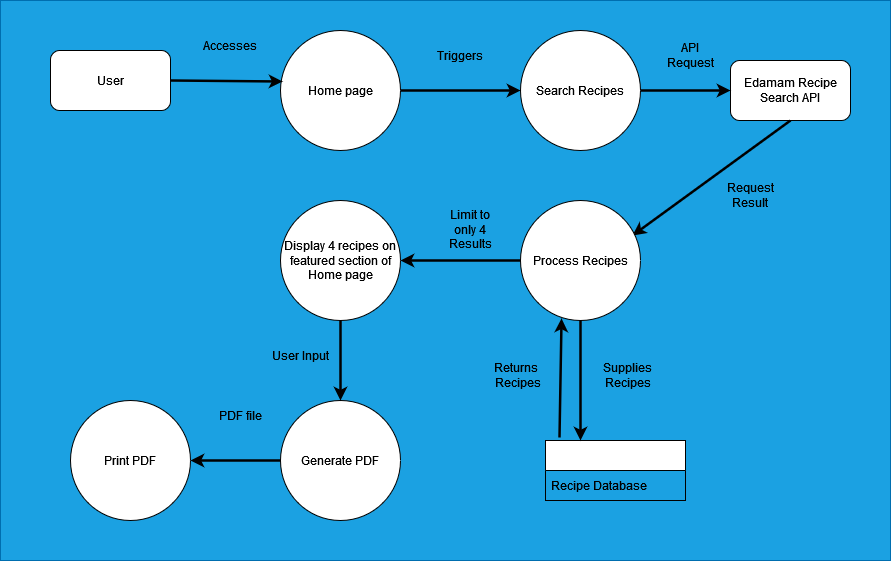
This is docs/Epic3.png from jmcaluyafuentes/diet-delight-frontend, a draw.io export, as it was before one commit. Source tidied: cells renumbered, new cells last; positions are measured from the earlier drawing's top-left corner, leaving out a move shared by most shapes.
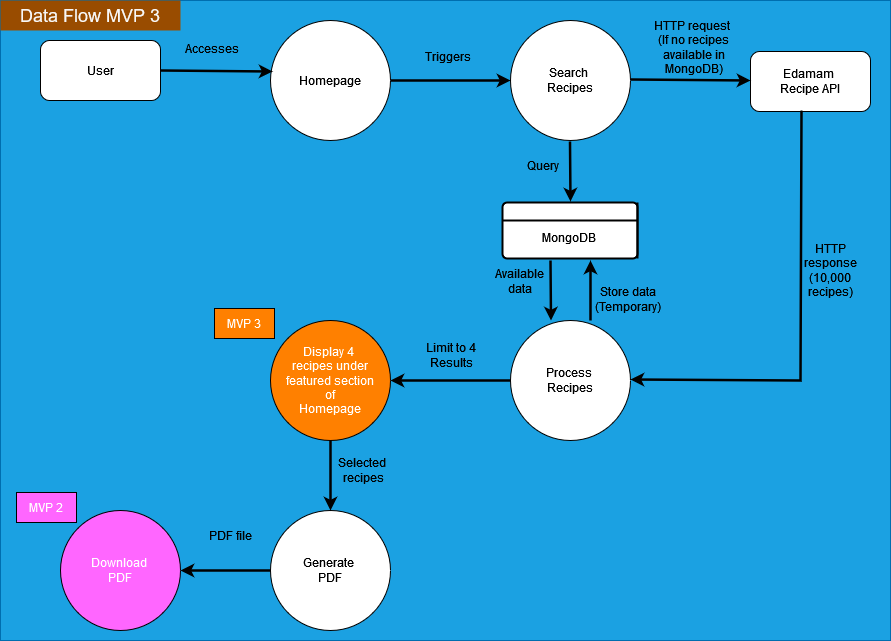
The same file after the commit.

The edit, as a diff of the source:
```diff
@@ -3,7 +3,7 @@
     <mxCell id="0" />
     <mxCell id="1" parent="0" />
     <mxCell id="2" style="rounded=0;whiteSpace=wrap;html=1;fillColor=#1ba1e2;fontColor=#ffffff;strokeColor=#006EAF;" parent="1" vertex="1">
-      <mxGeometry width="890" height="560" as="geometry" />
+      <mxGeometry width="890" height="640" as="geometry" />
     </mxCell>
     <mxCell id="3" value="User" style="rounded=1;whiteSpace=wrap;html=1;" parent="1" vertex="1">
       <mxGeometry x="50" y="50" width="120" height="60" as="geometry" />
@@ -17,12 +17,6 @@
     <mxCell id="6" value="Edamam Recipe Search API" style="rounded=1;whiteSpace=wrap;html=1;" parent="1" vertex="1">
       <mxGeometry x="730" y="60" width="120" height="60" as="geometry" />
     </mxCell>
-    <mxCell id="7" style="swimlane;fontStyle=0;horizontal=1;startSize=30;whiteSpace=wrap;html=1;" parent="1" vertex="1">
-      <mxGeometry x="545" y="440" width="140" height="60" as="geometry" />
-    </mxCell>
-    <mxCell id="8" value="Recipe Database" style="text;strokeColor=none;fillColor=none;align=left;verticalAlign=middle;spacingLeft=4;spacingRight=4;overflow=hidden;whiteSpace=wrap;html=1;" parent="7" vertex="1">
-      <mxGeometry y="30" width="140" height="30" as="geometry" />
-    </mxCell>
     <mxCell id="9" style="endArrow=classic;html=1;rounded=0;strokeWidth=2.5;exitX=1;exitY=0.5;exitDx=0;exitDy=0;entryX=0.017;entryY=0.425;entryDx=0;entryDy=0;entryPerimeter=0;" parent="1" edge="1" source="3" target="4">
       <mxGeometry relative="1" as="geometry" />
     </mxCell>
@@ -36,42 +30,37 @@
       <mxGeometry relative="1" as="geometry" />
     </mxCell>
     <mxCell id="13" value="Process Recipes" style="ellipse;whiteSpace=wrap;html=1;" parent="1" vertex="1">
-      <mxGeometry x="520" y="200" width="120" height="120" as="geometry" />
+      <mxGeometry x="520" y="270" width="120" height="120" as="geometry" />
     </mxCell>
-    <mxCell id="14" value="Display 4 recipes on featured section of Home page" style="ellipse;whiteSpace=wrap;html=1;" parent="1" vertex="1">
-      <mxGeometry x="280" y="200" width="120" height="120" as="geometry" />
-    </mxCell>
     <mxCell id="15" value="Generate PDF" style="ellipse;whiteSpace=wrap;html=1;" parent="1" vertex="1">
-      <mxGeometry x="280" y="400" width="120" height="120" as="geometry" />
+      <mxGeometry x="280" y="507" width="120" height="120" as="geometry" />
     </mxCell>
     <mxCell id="16" value="Print PDF" style="ellipse;whiteSpace=wrap;html=1;" parent="1" vertex="1">
-      <mxGeometry x="70" y="400" width="120" height="120" as="geometry" />
+      <mxGeometry x="70" y="507" width="120" height="120" as="geometry" />
     </mxCell>
     <mxCell id="17" value="Triggers" style="text;html=1;align=center;verticalAlign=middle;whiteSpace=wrap;rounded=0;" parent="1" vertex="1">
-      <mxGeometry x="430" y="40" width="60" height="30" as="geometry" />
+      <mxGeometry x="426" y="51" width="60" height="30" as="geometry" />
     </mxCell>
-    <mxCell id="18" value="API Request" style="text;html=1;align=center;verticalAlign=middle;whiteSpace=wrap;rounded=0;" parent="1" vertex="1">
-      <mxGeometry x="660" y="40" width="60" height="30" as="geometry" />
+    <mxCell id="18" value="HTTP request" style="text;html=1;align=center;verticalAlign=middle;whiteSpace=wrap;rounded=0;" parent="1" vertex="1">
+      <mxGeometry x="651" y="50" width="60" height="30" as="geometry" />
     </mxCell>
     <mxCell id="19" value="Limit to only 4 Results" style="text;html=1;align=center;verticalAlign=middle;whiteSpace=wrap;rounded=0;" parent="1" vertex="1">
       <mxGeometry x="440" y="214" width="60" height="30" as="geometry" />
     </mxCell>
     <mxCell id="20" value="User Input" style="text;html=1;align=center;verticalAlign=middle;whiteSpace=wrap;rounded=0;" parent="1" vertex="1">
-      <mxGeometry x="270" y="340" width="60" height="30" as="geometry" />
+      <mxGeometry x="257" y="420" width="60" height="30" as="geometry" />
     </mxCell>
     <mxCell id="21" value="PDF file" style="text;html=1;align=center;verticalAlign=middle;whiteSpace=wrap;rounded=0;" parent="1" vertex="1">
-      <mxGeometry x="210" y="400" width="60" height="30" as="geometry" />
+      <mxGeometry x="210" y="530" width="60" height="30" as="geometry" />
     </mxCell>
     <mxCell id="22" value="Accesses" style="text;html=1;align=center;verticalAlign=middle;whiteSpace=wrap;rounded=0;" parent="1" vertex="1">
-      <mxGeometry x="200" y="30" width="60" height="30" as="geometry" />
+      <mxGeometry x="197" y="47" width="60" height="30" as="geometry" />
     </mxCell>
     <mxCell id="23" value="Request Result" style="text;html=1;align=center;verticalAlign=middle;whiteSpace=wrap;rounded=0;" parent="1" vertex="1">
       <mxGeometry x="710" y="170" width="80" height="50" as="geometry" />
     </mxCell>
-    <mxCell id="24" style="endArrow=classic;html=1;rounded=0;strokeWidth=2.5;entryX=0.5;entryY=0;entryDx=0;entryDy=0;" parent="1" edge="1" target="15">
-      <mxGeometry relative="1" as="geometry">
-        <mxPoint x="340" y="320" as="sourcePoint" />
-      </mxGeometry>
+    <mxCell id="24" style="endArrow=classic;html=1;rounded=0;strokeWidth=2.5;entryX=0.5;entryY=0;entryDx=0;entryDy=0;" parent="1" edge="1" source="14" target="15">
+      <mxGeometry relative="1" as="geometry" />
     </mxCell>
     <mxCell id="25" style="endArrow=classic;html=1;rounded=0;strokeWidth=2.5;entryX=1;entryY=0.5;entryDx=0;entryDy=0;exitX=0;exitY=0.5;exitDx=0;exitDy=0;" parent="1" edge="1" source="13" target="14">
       <mxGeometry relative="1" as="geometry" />
@@ -79,17 +68,150 @@
     <mxCell id="26" style="endArrow=classic;html=1;rounded=0;strokeWidth=2.5;entryX=1;entryY=0.5;entryDx=0;entryDy=0;exitX=0;exitY=0.5;exitDx=0;exitDy=0;" parent="1" edge="1" source="15" target="16">
       <mxGeometry relative="1" as="geometry" />
     </mxCell>
-    <mxCell id="27" style="endArrow=classic;html=1;rounded=0;strokeWidth=2.5;entryX=0.25;entryY=0;entryDx=0;entryDy=0;exitX=0.5;exitY=1;exitDx=0;exitDy=0;" parent="1" edge="1" source="13" target="7">
-      <mxGeometry relative="1" as="geometry" />
+    <mxCell id="27" style="endArrow=classic;html=1;rounded=0;strokeWidth=2.5;entryX=0.25;entryY=0;entryDx=0;entryDy=0;exitX=0.5;exitY=1;exitDx=0;exitDy=0;" parent="1" edge="1">
+      <mxGeometry relative="1" as="geometry">
+        <mxPoint x="820" y="340" as="sourcePoint" />
+        <mxPoint x="820" y="460" as="targetPoint" />
+      </mxGeometry>
     </mxCell>
     <mxCell id="28" value="&lt;div&gt;Supplies Recipes&lt;/div&gt;" style="text;html=1;align=center;verticalAlign=middle;whiteSpace=wrap;rounded=0;" parent="1" vertex="1">
-      <mxGeometry x="580" y="350" width="95" height="50" as="geometry" />
+      <mxGeometry x="750" y="492" width="95" height="50" as="geometry" />
     </mxCell>
-    <mxCell id="29" style="endArrow=classic;html=1;rounded=0;strokeWidth=2.5;entryX=0.342;entryY=0.983;entryDx=0;entryDy=0;exitX=0.1;exitY=-0.05;exitDx=0;exitDy=0;entryPerimeter=0;exitPerimeter=0;" parent="1" edge="1" source="7" target="13">
-      <mxGeometry relative="1" as="geometry" />
+    <mxCell id="29" style="endArrow=classic;html=1;rounded=0;strokeWidth=2.5;entryX=0.342;entryY=0.983;entryDx=0;entryDy=0;exitX=0.1;exitY=-0.05;exitDx=0;exitDy=0;entryPerimeter=0;exitPerimeter=0;" parent="1" edge="1">
+      <mxGeometry relative="1" as="geometry">
+        <mxPoint x="729" y="579" as="sourcePoint" />
+        <mxPoint x="731" y="460" as="targetPoint" />
+      </mxGeometry>
     </mxCell>
     <mxCell id="30" value="&lt;div&gt;Returns&amp;nbsp;&lt;/div&gt;&lt;div&gt;Recipes&lt;/div&gt;" style="text;html=1;align=center;verticalAlign=middle;whiteSpace=wrap;rounded=0;" parent="1" vertex="1">
-      <mxGeometry x="470" y="350" width="95" height="50" as="geometry" />
+      <mxGeometry x="640" y="492" width="95" height="50" as="geometry" />
     </mxCell>
+    <mxCell id="31" value="&lt;font style=&quot;font-size: 18px;&quot;&gt;Data Flow MVP 3&lt;br&gt;&lt;/font&gt;" style="text;html=1;align=center;verticalAlign=middle;whiteSpace=wrap;rounded=0;fillColor=#994C00;fontColor=#F7F7F7;" parent="1" vertex="1">
+      <mxGeometry width="180" height="30" as="geometry" />
+    </mxCell>
+    <mxCell id="32" style="endArrow=classic;html=1;rounded=0;strokeWidth=2.5;entryX=0.5;entryY=0;entryDx=0;entryDy=0;" parent="1" edge="1" target="14">
+      <mxGeometry relative="1" as="geometry">
+        <mxPoint x="340" y="320" as="sourcePoint" />
+      </mxGeometry>
+    </mxCell>
+    <mxCell id="14" value="Display 4 recipes on featured section of Home page" style="ellipse;whiteSpace=wrap;html=1;" parent="1" vertex="1">
+      <mxGeometry x="280" y="270" width="120" height="120" as="geometry" />
+    </mxCell>
+    <mxCell id="33" style="rounded=0;whiteSpace=wrap;html=1;fillColor=#1ba1e2;fontColor=#ffffff;strokeColor=#006EAF;" parent="1" vertex="1">
+      <mxGeometry width="890" height="640" as="geometry" />
+    </mxCell>
+    <mxCell id="34" value="User" style="rounded=1;whiteSpace=wrap;html=1;" parent="1" vertex="1">
+      <mxGeometry x="40" y="40" width="120" height="60" as="geometry" />
+    </mxCell>
+    <mxCell id="35" value="Homepage" style="ellipse;whiteSpace=wrap;html=1;" parent="1" vertex="1">
+      <mxGeometry x="270" y="20" width="120" height="120" as="geometry" />
+    </mxCell>
+    <mxCell id="36" value="&lt;div&gt;Search&amp;nbsp;&lt;/div&gt;&lt;div&gt;Recipes&lt;/div&gt;" style="ellipse;whiteSpace=wrap;html=1;" parent="1" vertex="1">
+      <mxGeometry x="510" y="20" width="120" height="120" as="geometry" />
+    </mxCell>
+    <mxCell id="37" value="&lt;div&gt;Edamam&amp;nbsp;&lt;/div&gt;&lt;div&gt;Recipe API&lt;/div&gt;" style="rounded=1;whiteSpace=wrap;html=1;" parent="1" vertex="1">
+      <mxGeometry x="750" y="51" width="120" height="60" as="geometry" />
+    </mxCell>
+    <mxCell id="38" style="endArrow=classic;html=1;rounded=0;strokeWidth=2.5;exitX=1;exitY=0.5;exitDx=0;exitDy=0;entryX=0.017;entryY=0.425;entryDx=0;entryDy=0;entryPerimeter=0;" parent="1" edge="1" source="34" target="35">
+      <mxGeometry relative="1" as="geometry" />
+    </mxCell>
+    <mxCell id="39" style="endArrow=classic;html=1;rounded=0;strokeWidth=2.5;entryX=0;entryY=0.5;entryDx=0;entryDy=0;exitX=1;exitY=0.5;exitDx=0;exitDy=0;" parent="1" edge="1" source="35" target="36">
+      <mxGeometry relative="1" as="geometry" />
+    </mxCell>
+    <mxCell id="40" style="endArrow=classic;html=1;rounded=0;strokeWidth=2.5;exitX=1;exitY=0.5;exitDx=0;exitDy=0;entryX=0;entryY=0.5;entryDx=0;entryDy=0;" parent="1" edge="1">
+      <mxGeometry relative="1" as="geometry">
+        <mxPoint x="630" y="79" as="sourcePoint" />
+        <mxPoint x="750" y="80" as="targetPoint" />
+      </mxGeometry>
+    </mxCell>
+    <mxCell id="41" value="&lt;div&gt;Process&amp;nbsp;&lt;/div&gt;&lt;div&gt;Recipes&lt;/div&gt;" style="ellipse;whiteSpace=wrap;html=1;" parent="1" vertex="1">
+      <mxGeometry x="510" y="320" width="120" height="120" as="geometry" />
+    </mxCell>
+    <mxCell id="42" value="&lt;div&gt;Display 4&amp;nbsp; &lt;br&gt;&lt;/div&gt;&lt;div&gt;recipes under &lt;br&gt;&lt;/div&gt;&lt;div&gt;featured section&lt;/div&gt;&lt;div&gt;of &lt;br&gt;&lt;/div&gt;&lt;div&gt;Homepage&lt;br&gt;&lt;/div&gt;" style="ellipse;whiteSpace=wrap;html=1;fillColor=#FF8000;fontColor=#FFFFFF;" parent="1" vertex="1">
+      <mxGeometry x="270" y="320" width="120" height="120" as="geometry" />
+    </mxCell>
+    <mxCell id="43" value="&lt;div&gt;Generate&amp;nbsp;&lt;/div&gt;&lt;div&gt;PDF&lt;/div&gt;" style="ellipse;whiteSpace=wrap;html=1;" parent="1" vertex="1">
+      <mxGeometry x="270" y="510" width="120" height="120" as="geometry" />
+    </mxCell>
+    <mxCell id="44" value="&lt;div&gt;Download&amp;nbsp;&lt;/div&gt;&lt;div&gt;PDF&lt;/div&gt;" style="ellipse;whiteSpace=wrap;html=1;fillColor=#FF66FF;fontColor=#FFFFFF;" parent="1" vertex="1">
+      <mxGeometry x="60" y="510" width="120" height="120" as="geometry" />
+    </mxCell>
+    <mxCell id="45" value="Triggers" style="text;html=1;align=center;verticalAlign=middle;whiteSpace=wrap;rounded=0;" parent="1" vertex="1">
+      <mxGeometry x="418" y="41" width="60" height="30" as="geometry" />
+    </mxCell>
+    <mxCell id="46" value="&lt;div&gt;HTTP request&amp;nbsp;&lt;/div&gt;&lt;div&gt;(If no recipes&lt;/div&gt;&lt;div&gt;available in MongoDB)&lt;/div&gt;" style="text;html=1;align=center;verticalAlign=middle;whiteSpace=wrap;rounded=0;" parent="1" vertex="1">
+      <mxGeometry x="646" y="32" width="95" height="30" as="geometry" />
+    </mxCell>
+    <mxCell id="47" value="HTTP response (10,000 recipes)" style="text;html=1;align=center;verticalAlign=middle;whiteSpace=wrap;rounded=0;" parent="1" vertex="1">
+      <mxGeometry x="800" y="230" width="60" height="80" as="geometry" />
+    </mxCell>
+    <mxCell id="48" value="Limit to 4 Results" style="text;html=1;align=center;verticalAlign=middle;whiteSpace=wrap;rounded=0;" parent="1" vertex="1">
+      <mxGeometry x="421" y="340" width="60" height="30" as="geometry" />
+    </mxCell>
+    <mxCell id="49" value="PDF file" style="text;html=1;align=center;verticalAlign=middle;whiteSpace=wrap;rounded=0;" parent="1" vertex="1">
+      <mxGeometry x="200" y="520" width="60" height="30" as="geometry" />
+    </mxCell>
+    <mxCell id="50" value="Accesses" style="text;html=1;align=center;verticalAlign=middle;whiteSpace=wrap;rounded=0;" parent="1" vertex="1">
+      <mxGeometry x="182" y="33" width="60" height="30" as="geometry" />
+    </mxCell>
+    <mxCell id="51" style="endArrow=classic;html=1;rounded=0;strokeWidth=2.5;entryX=1;entryY=0.5;entryDx=0;entryDy=0;exitX=0;exitY=0.5;exitDx=0;exitDy=0;" parent="1" edge="1" source="41" target="42">
+      <mxGeometry relative="1" as="geometry" />
+    </mxCell>
+    <mxCell id="52" style="endArrow=classic;html=1;rounded=0;strokeWidth=2.5;entryX=1;entryY=0.5;entryDx=0;entryDy=0;exitX=0.425;exitY=0.983;exitDx=0;exitDy=0;exitPerimeter=0;" parent="1" edge="1" source="37">
+      <mxGeometry relative="1" as="geometry">
+        <mxPoint x="630" y="379" as="targetPoint" />
+        <Array as="points">
+          <mxPoint x="800" y="380" />
+        </Array>
+      </mxGeometry>
+    </mxCell>
+    <mxCell id="53" style="endArrow=classic;html=1;rounded=0;strokeWidth=2.5;entryX=1;entryY=0.5;entryDx=0;entryDy=0;exitX=0;exitY=0.5;exitDx=0;exitDy=0;" parent="1" edge="1" source="43" target="44">
+      <mxGeometry relative="1" as="geometry" />
+    </mxCell>
+    <mxCell id="54" style="endArrow=classic;html=1;rounded=0;strokeWidth=2.5;exitX=0.5;exitY=1;exitDx=0;exitDy=0;entryX=0.5;entryY=0;entryDx=0;entryDy=0;" parent="1" edge="1" source="42" target="43">
+      <mxGeometry relative="1" as="geometry" />
+    </mxCell>
+    <mxCell id="55" value="&lt;div&gt;Selected&amp;nbsp;&lt;/div&gt;&lt;div&gt;recipes&lt;/div&gt;" style="text;html=1;align=center;verticalAlign=middle;whiteSpace=wrap;rounded=0;" parent="1" vertex="1">
+      <mxGeometry x="313" y="455" width="100" height="30" as="geometry" />
+    </mxCell>
+    <mxCell id="56" value="&lt;div&gt;Available &lt;br&gt;&lt;/div&gt;&lt;div&gt;data&lt;br&gt;&lt;/div&gt;" style="text;html=1;align=center;verticalAlign=middle;whiteSpace=wrap;rounded=0;" parent="1" vertex="1">
+      <mxGeometry x="490" y="266" width="60" height="30" as="geometry" />
+    </mxCell>
+    <mxCell id="57" style="endArrow=classic;html=1;rounded=0;strokeWidth=2.5;exitX=0.5;exitY=1;exitDx=0;exitDy=0;entryX=0.5;entryY=0;entryDx=0;entryDy=0;" parent="1" edge="1">
+      <mxGeometry relative="1" as="geometry">
+        <mxPoint x="569.5" y="141" as="sourcePoint" />
+        <mxPoint x="570" y="201" as="targetPoint" />
+      </mxGeometry>
+    </mxCell>
+    <mxCell id="58" style="endArrow=classic;html=1;rounded=0;strokeWidth=2.5;exitX=0.5;exitY=1;exitDx=0;exitDy=0;entryX=0.5;entryY=0;entryDx=0;entryDy=0;" parent="1" edge="1">
+      <mxGeometry relative="1" as="geometry">
+        <mxPoint x="550" y="260" as="sourcePoint" />
+        <mxPoint x="550.5" y="320" as="targetPoint" />
+      </mxGeometry>
+    </mxCell>
+    <mxCell id="59" style="endArrow=classic;html=1;rounded=0;strokeWidth=2.5;" parent="1" edge="1">
+      <mxGeometry relative="1" as="geometry">
+        <mxPoint x="590" y="320" as="sourcePoint" />
+        <mxPoint x="590" y="260" as="targetPoint" />
+      </mxGeometry>
+    </mxCell>
+    <mxCell id="60" value="&lt;div&gt;Store data&lt;/div&gt;&lt;div&gt;(Temporary)&lt;/div&gt;" style="text;html=1;align=center;verticalAlign=middle;whiteSpace=wrap;rounded=0;fillColor=none;" parent="1" vertex="1">
+      <mxGeometry x="598" y="284" width="60" height="30" as="geometry" />
+    </mxCell>
+    <mxCell id="61" value="Query" style="text;html=1;align=center;verticalAlign=middle;whiteSpace=wrap;rounded=0;" parent="1" vertex="1">
+      <mxGeometry x="513" y="150" width="60" height="30" as="geometry" />
+    </mxCell>
+    <mxCell id="62" value="MVP 2" style="text;html=1;align=center;verticalAlign=middle;whiteSpace=wrap;rounded=0;fillColor=#FF66FF;fontColor=#FFFFFF;strokeColor=default;" parent="1" vertex="1">
+      <mxGeometry x="16" y="492" width="60" height="30" as="geometry" />
+    </mxCell>
+    <mxCell id="63" value="&lt;font style=&quot;font-size: 18px;&quot;&gt;Data Flow MVP 3&lt;br&gt;&lt;/font&gt;" style="text;html=1;align=center;verticalAlign=middle;whiteSpace=wrap;rounded=0;fillColor=#994C00;fontColor=#F7F7F7;" parent="1" vertex="1">
+      <mxGeometry width="180" height="30" as="geometry" />
+    </mxCell>
+    <mxCell id="64" value="&lt;div&gt;&lt;br&gt;&lt;/div&gt;&lt;div&gt;MongoDB&lt;br&gt;&lt;/div&gt;" style="shape=internalStorage;whiteSpace=wrap;html=1;dx=135;dy=18;rounded=1;arcSize=8;strokeWidth=2;" parent="1" vertex="1">
+      <mxGeometry x="502" y="202" width="135" height="56" as="geometry" />
+    </mxCell>
+    <mxCell id="65" value="MVP 3" style="text;html=1;align=center;verticalAlign=middle;whiteSpace=wrap;rounded=0;fillColor=#FF8000;fontColor=#FFFFFF;strokeColor=default;" parent="1" vertex="1">
+      <mxGeometry x="214" y="308" width="60" height="30" as="geometry" />
+    </mxCell>
   </root>
 </mxGraphModel>
```
